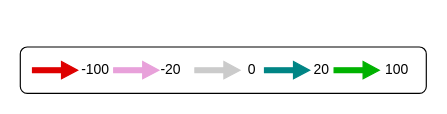
This is frontend/rewards.drawio from LBrinkmann/reward-networks-iii-experiment, a draw.io file, before an edit. Source tidied: cells renumbered, new cells numbered last; positions are measured from the earlier drawing's top-left corner, leaving out a move shared by most shapes. Both pictures are drawn from the tidied source at 116%, with x=0, y=0 at pixel (20, 46).
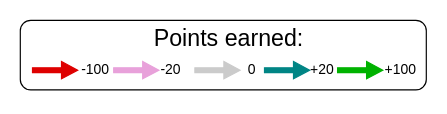
Above is the later version.

Commit message (it also covers changes not shown here):
Update reward instruction

Diff of the diagram source:
```diff
@@
 <mxGraphModel>
   <root>
     <mxCell id="0" />
     <mxCell id="1" parent="0" />
     <mxCell id="2" style="rounded=1;whiteSpace=wrap;html=1;" parent="1" vertex="1">
-      <mxGeometry width="350" height="40" as="geometry" />
+      <mxGeometry y="-23" width="350" height="60" as="geometry" />
     </mxCell>
     <mxCell id="3" style="group;" parent="1" vertex="1">
       <mxGeometry x="10" y="7.5" width="80" height="25" as="geometry" />
     </mxCell>
     <mxCell id="4" style="shape=flexArrow;endArrow=classic;html=1;rounded=0;endWidth=9.696969696969697;endSize=4.333333333333334;width=4.242424242424242;fillColor=#de0000;strokeColor=#de0000;" parent="3" edge="1" target="5">
       <mxGeometry relative="1" as="geometry">
         <mxPoint y="12.5" as="sourcePoint" />
       </mxGeometry>
     </mxCell>
     <mxCell id="5" value="-100" style="text;html=1;strokeColor=none;fillColor=none;align=center;verticalAlign=middle;whiteSpace=wrap;rounded=0;" parent="3" vertex="1">
       <mxGeometry x="40" width="30" height="25" as="geometry" />
     </mxCell>
     <mxCell id="6" style="shape=flexArrow;endArrow=classic;html=1;rounded=0;endWidth=9.696969696969697;endSize=4.333333333333334;width=4.242424242424242;fillColor=#e8a1da;strokeColor=#e8a1da;" parent="1" edge="1" target="7">
       <mxGeometry relative="1" as="geometry">
         <mxPoint x="80" y="20" as="sourcePoint" />
       </mxGeometry>
     </mxCell>
     <mxCell id="7" value="-20" style="text;html=1;strokeColor=none;fillColor=none;align=center;verticalAlign=middle;whiteSpace=wrap;rounded=0;" parent="1" vertex="1">
       <mxGeometry x="120" y="7.5" width="20" height="25" as="geometry" />
     </mxCell>
     <mxCell id="8" style="shape=flexArrow;endArrow=classic;html=1;rounded=0;endWidth=9.696969696969697;endSize=4.333333333333334;width=4.242424242424242;fillColor=#cbcbcb;strokeColor=#cbcbcb;" parent="1" edge="1" target="9">
       <mxGeometry relative="1" as="geometry">
         <mxPoint x="150" y="20" as="sourcePoint" />
       </mxGeometry>
     </mxCell>
     <mxCell id="9" value="0" style="text;html=1;strokeColor=none;fillColor=none;align=center;verticalAlign=middle;whiteSpace=wrap;rounded=0;" parent="1" vertex="1">
       <mxGeometry x="190" y="7.5" width="20" height="25" as="geometry" />
     </mxCell>
     <mxCell id="10" style="shape=flexArrow;endArrow=classic;html=1;rounded=0;endWidth=9.696969696969697;endSize=4.333333333333334;width=4.242424242424242;fillColor=#008585;strokeColor=#008585;" parent="1" edge="1" target="11">
       <mxGeometry relative="1" as="geometry">
         <mxPoint x="210" y="20" as="sourcePoint" />
       </mxGeometry>
     </mxCell>
-    <mxCell id="11" value="20" style="text;html=1;strokeColor=none;fillColor=none;align=center;verticalAlign=middle;whiteSpace=wrap;rounded=0;" parent="1" vertex="1">
-      <mxGeometry x="250" y="7.5" width="20" height="25" as="geometry" />
+    <mxCell id="11" value="+20" style="text;html=1;strokeColor=none;fillColor=none;align=center;verticalAlign=middle;whiteSpace=wrap;rounded=0;" parent="1" vertex="1">
+      <mxGeometry x="250" y="7.5" width="21" height="25" as="geometry" />
     </mxCell>
     <mxCell id="12" style="shape=flexArrow;endArrow=classic;html=1;rounded=0;endWidth=9.696969696969697;endSize=4.333333333333334;width=4.242424242424242;fillColor=#00b200;strokeColor=#00b200;" parent="1" edge="1" target="13">
       <mxGeometry relative="1" as="geometry">
-        <mxPoint x="270" y="20" as="sourcePoint" />
+        <mxPoint x="273" y="20" as="sourcePoint" />
       </mxGeometry>
     </mxCell>
-    <mxCell id="13" value="100" style="text;html=1;strokeColor=none;fillColor=none;align=center;verticalAlign=middle;whiteSpace=wrap;rounded=0;" parent="1" vertex="1">
-      <mxGeometry x="310" y="7.5" width="30" height="25" as="geometry" />
+    <mxCell id="13" value="+100" style="text;html=1;strokeColor=none;fillColor=none;align=center;verticalAlign=middle;whiteSpace=wrap;rounded=0;" parent="1" vertex="1">
+      <mxGeometry x="313" y="7.5" width="30" height="25" as="geometry" />
     </mxCell>
+    <mxCell id="14" value="Points earned:" style="text;html=1;strokeColor=none;fillColor=none;align=center;verticalAlign=middle;whiteSpace=wrap;rounded=0;fontSize=20;" parent="1" vertex="1">
+      <mxGeometry x="55" y="-23" width="250" height="30" as="geometry" />
+    </mxCell>
   </root>
 </mxGraphModel>
```
